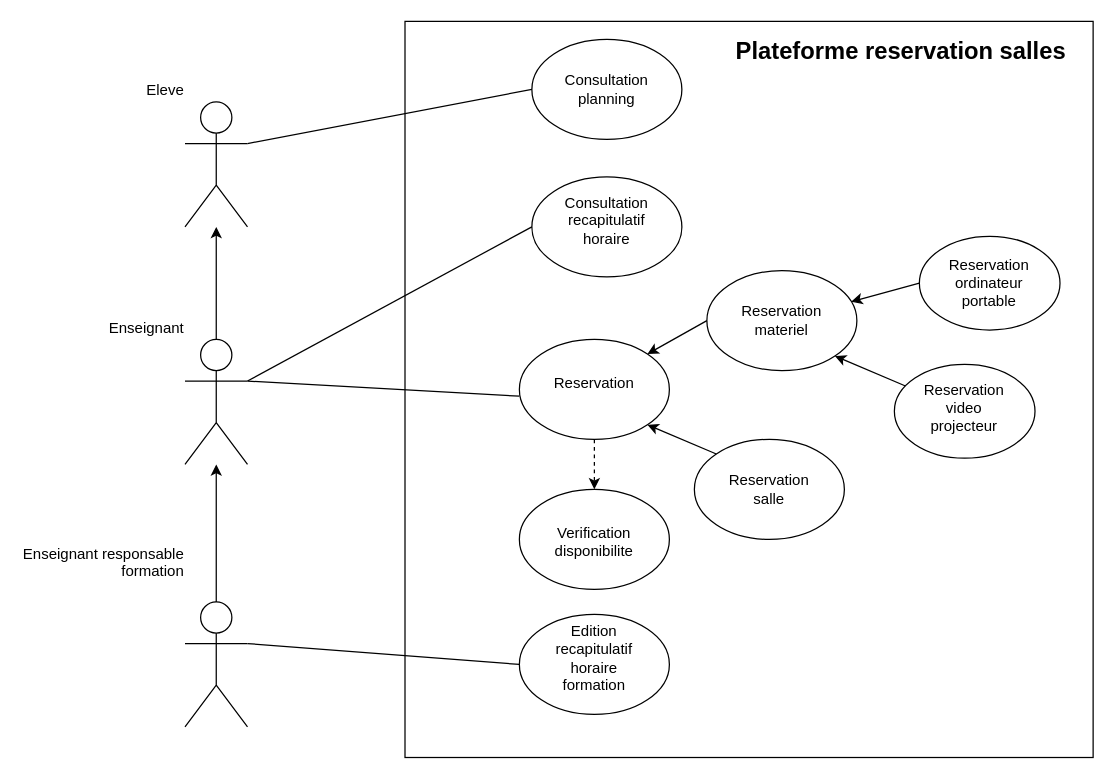
Earlier version of the draw.io diagram Untitled Diagram.drawio (evzs/OOP). Source tidied: cells renumbered, new cells numbered last; positions are measured from the earlier drawing's top-left corner, leaving out a move shared by most shapes. Both pictures are drawn from the tidied source at 125%, with x=0, y=0 at pixel (184, 26).
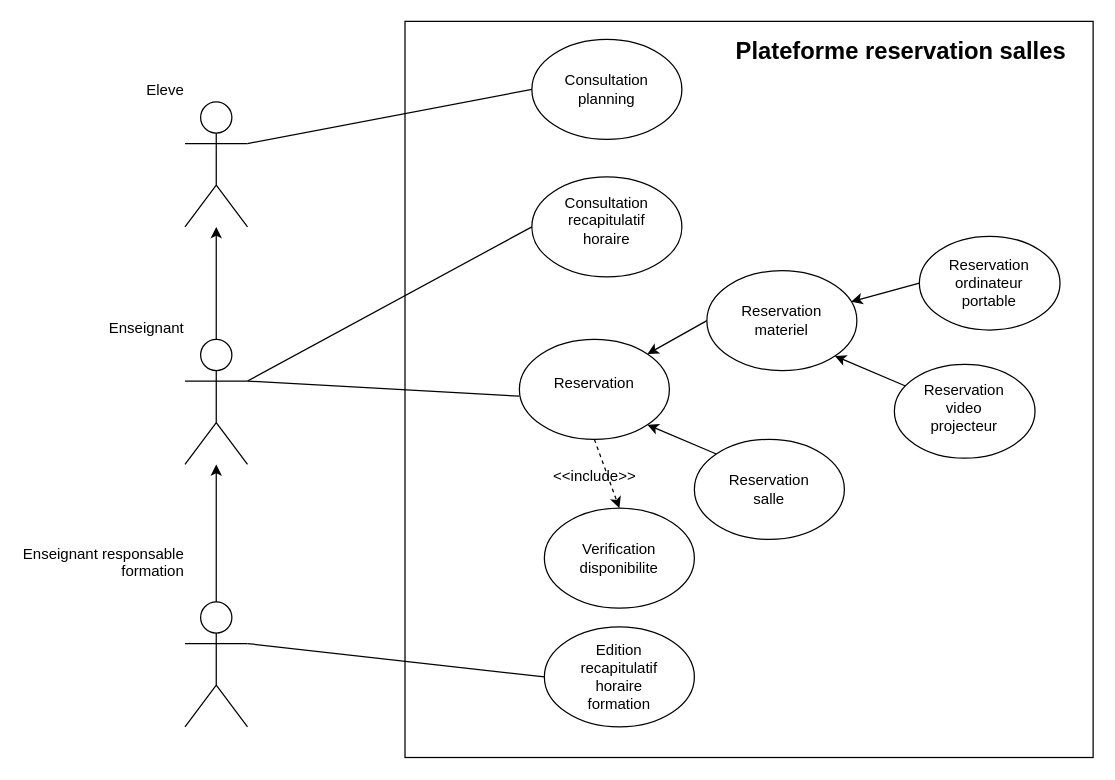
Above is the later version.

Change to the diagram source:
```diff
@@
     <mxCell id="12" style="ellipse;whiteSpace=wrap;html=1;fontFamily=Helvetica;" parent="1" vertex="1">
-      <mxGeometry x="268" y="470" width="120" height="80" as="geometry" />
+      <mxGeometry x="288" y="480" width="120" height="80" as="geometry" />
     </mxCell>
     <mxCell id="13" value="Edition recapitulatif horaire formation" style="text;html=1;strokeColor=none;fillColor=none;align=center;verticalAlign=middle;whiteSpace=wrap;rounded=0;fontFamily=Helvetica;" parent="1" vertex="1">
-      <mxGeometry x="298" y="490" width="60" height="30" as="geometry" />
+      <mxGeometry x="318" y="505" width="60" height="30" as="geometry" />
     </mxCell>
@@
     <mxCell id="25" style="ellipse;whiteSpace=wrap;html=1;fontFamily=Helvetica;" parent="1" vertex="1">
-      <mxGeometry x="268" y="370" width="120" height="80" as="geometry" />
+      <mxGeometry x="288" y="385" width="120" height="80" as="geometry" />
     </mxCell>
     <mxCell id="26" value="Verification disponibilite" style="text;html=1;strokeColor=none;fillColor=none;align=center;verticalAlign=middle;whiteSpace=wrap;rounded=0;fontFamily=Helvetica;" parent="1" vertex="1">
-      <mxGeometry x="298" y="397" width="60" height="30" as="geometry" />
+      <mxGeometry x="318" y="410" width="60" height="30" as="geometry" />
     </mxCell>
@@
+    <mxCell id="37" value="&lt;div&gt;&amp;lt;&amp;lt;include&amp;gt;&amp;gt;&lt;/div&gt;" style="text;html=1;align=center;verticalAlign=middle;strokeColor=none;fillColor=none;" parent="1" vertex="1">
+      <mxGeometry x="283" y="345" width="90" height="30" as="geometry" />
+    </mxCell>
```
